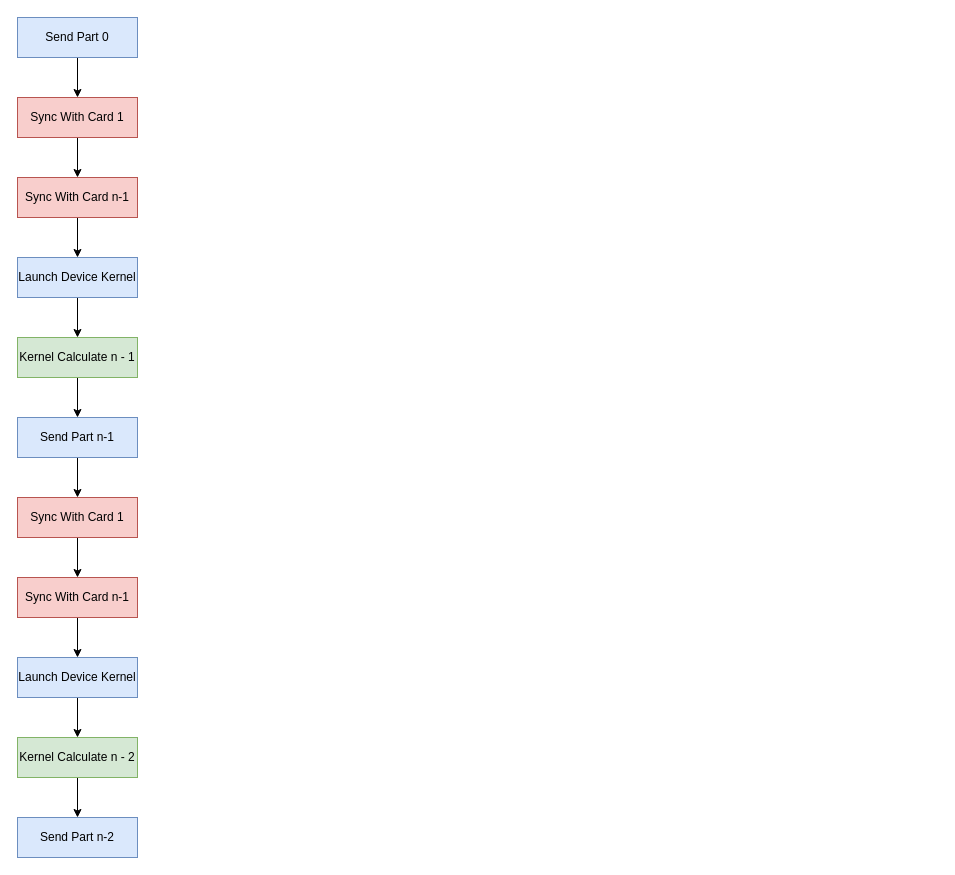
BEYHHH/SBLP keeps this draw.io diagram as TCCL/TCCL_WORK_FLOW/RingAllreduceWorkFlow.drawio. Above is the earlier version. Source tidied: cells renumbered, new cells numbered last; positions are measured from the earlier drawing's top-left corner, leaving out a move shared by most shapes. Both pictures are drawn from the tidied source at 100%, with x=0, y=0 at pixel (17, 17).
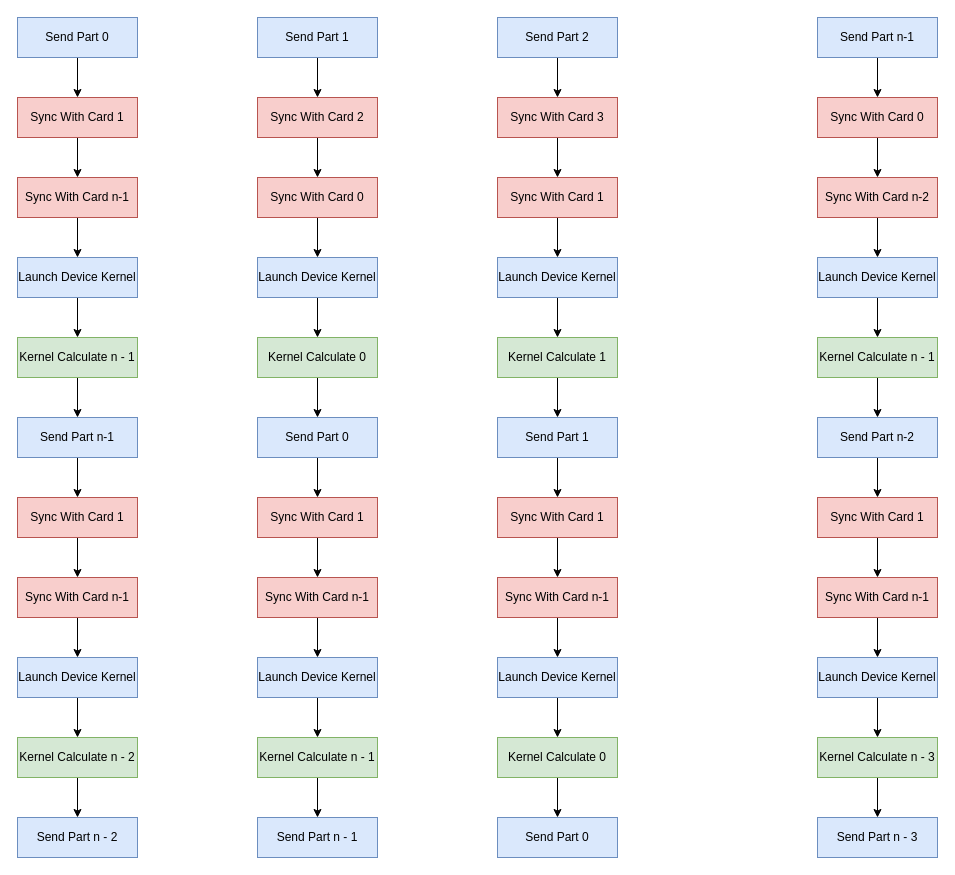
After the change.

Change to the diagram source:
```diff
@@
-    <mxCell id="20" value="Send Part n-2" style="rounded=0;whiteSpace=wrap;html=1;fillColor=#dae8fc;strokeColor=#6c8ebf;" parent="1" vertex="1">
+    <mxCell id="20" value="Send Part n - 2" style="rounded=0;whiteSpace=wrap;html=1;fillColor=#dae8fc;strokeColor=#6c8ebf;" parent="1" vertex="1">
       <mxGeometry y="800" width="120" height="40" as="geometry" />
     </mxCell>
@@
+    <mxCell id="23" style="edgeStyle=orthogonalEdgeStyle;rounded=0;jettySize=auto;html=1;" parent="1" edge="1" source="24" target="26">
+      <mxGeometry relative="1" as="geometry" />
+    </mxCell>
+    <mxCell id="24" value="Sync With Card 2" style="rounded=0;whiteSpace=wrap;html=1;fillColor=#f8cecc;strokeColor=#b85450;" parent="1" vertex="1">
+      <mxGeometry x="240" y="80" width="120" height="40" as="geometry" />
+    </mxCell>
+    <mxCell id="25" style="edgeStyle=orthogonalEdgeStyle;rounded=0;jettySize=auto;html=1;" parent="1" edge="1" source="26" target="28">
+      <mxGeometry relative="1" as="geometry" />
+    </mxCell>
+    <mxCell id="26" value="Sync With Card 0" style="rounded=0;whiteSpace=wrap;html=1;fillColor=#f8cecc;strokeColor=#b85450;" parent="1" vertex="1">
+      <mxGeometry x="240" y="160" width="120" height="40" as="geometry" />
+    </mxCell>
+    <mxCell id="27" style="edgeStyle=orthogonalEdgeStyle;rounded=0;jettySize=auto;html=1;" parent="1" edge="1" source="28" target="34">
+      <mxGeometry relative="1" as="geometry" />
+    </mxCell>
+    <mxCell id="28" value="Launch Device Kernel" style="rounded=0;whiteSpace=wrap;html=1;fillColor=#dae8fc;strokeColor=#6c8ebf;" parent="1" vertex="1">
+      <mxGeometry x="240" y="240" width="120" height="40" as="geometry" />
+    </mxCell>
+    <mxCell id="29" style="edgeStyle=orthogonalEdgeStyle;rounded=0;jettySize=auto;html=1;" parent="1" edge="1" source="30" target="36">
+      <mxGeometry relative="1" as="geometry" />
+    </mxCell>
+    <mxCell id="30" value="Send Part 0" style="rounded=0;whiteSpace=wrap;html=1;fillColor=#dae8fc;strokeColor=#6c8ebf;" parent="1" vertex="1">
+      <mxGeometry x="240" y="400" width="120" height="40" as="geometry" />
+    </mxCell>
+    <mxCell id="31" style="edgeStyle=orthogonalEdgeStyle;rounded=0;jettySize=auto;html=1;" parent="1" edge="1" source="32" target="24">
+      <mxGeometry relative="1" as="geometry" />
+    </mxCell>
+    <mxCell id="32" value="Send Part 1" style="rounded=0;whiteSpace=wrap;html=1;fillColor=#dae8fc;strokeColor=#6c8ebf;" parent="1" vertex="1">
+      <mxGeometry x="240" width="120" height="40" as="geometry" />
+    </mxCell>
+    <mxCell id="33" style="edgeStyle=orthogonalEdgeStyle;rounded=0;jettySize=auto;html=1;" parent="1" edge="1" source="34" target="30">
+      <mxGeometry relative="1" as="geometry" />
+    </mxCell>
+    <mxCell id="34" value="Kernel Calculate 0" style="rounded=0;whiteSpace=wrap;html=1;fillColor=#d5e8d4;strokeColor=#82b366;" parent="1" vertex="1">
+      <mxGeometry x="240" y="320" width="120" height="40" as="geometry" />
+    </mxCell>
+    <mxCell id="35" style="edgeStyle=orthogonalEdgeStyle;rounded=0;jettySize=auto;html=1;" parent="1" edge="1" source="36" target="38">
+      <mxGeometry relative="1" as="geometry" />
+    </mxCell>
+    <mxCell id="36" value="Sync With Card 1" style="rounded=0;whiteSpace=wrap;html=1;fillColor=#f8cecc;strokeColor=#b85450;" parent="1" vertex="1">
+      <mxGeometry x="240" y="480" width="120" height="40" as="geometry" />
+    </mxCell>
+    <mxCell id="37" style="edgeStyle=orthogonalEdgeStyle;rounded=0;jettySize=auto;html=1;" parent="1" edge="1" source="38" target="40">
+      <mxGeometry relative="1" as="geometry" />
+    </mxCell>
+    <mxCell id="38" value="Sync With Card n-1" style="rounded=0;whiteSpace=wrap;html=1;fillColor=#f8cecc;strokeColor=#b85450;" parent="1" vertex="1">
+      <mxGeometry x="240" y="560" width="120" height="40" as="geometry" />
+    </mxCell>
+    <mxCell id="39" style="edgeStyle=orthogonalEdgeStyle;rounded=0;jettySize=auto;html=1;" parent="1" edge="1" source="40" target="43">
+      <mxGeometry relative="1" as="geometry" />
+    </mxCell>
+    <mxCell id="40" value="Launch Device Kernel" style="rounded=0;whiteSpace=wrap;html=1;fillColor=#dae8fc;strokeColor=#6c8ebf;" parent="1" vertex="1">
+      <mxGeometry x="240" y="640" width="120" height="40" as="geometry" />
+    </mxCell>
+    <mxCell id="41" value="Send Part n - 1" style="rounded=0;whiteSpace=wrap;html=1;fillColor=#dae8fc;strokeColor=#6c8ebf;" parent="1" vertex="1">
+      <mxGeometry x="240" y="800" width="120" height="40" as="geometry" />
+    </mxCell>
+    <mxCell id="42" style="edgeStyle=orthogonalEdgeStyle;rounded=0;jettySize=auto;html=1;" parent="1" edge="1" source="43" target="41">
+      <mxGeometry relative="1" as="geometry" />
+    </mxCell>
+    <mxCell id="43" value="Kernel Calculate n - 1" style="rounded=0;whiteSpace=wrap;html=1;fillColor=#d5e8d4;strokeColor=#82b366;" parent="1" vertex="1">
+      <mxGeometry x="240" y="720" width="120" height="40" as="geometry" />
+    </mxCell>
+    <mxCell id="44" style="edgeStyle=orthogonalEdgeStyle;rounded=0;jettySize=auto;html=1;" parent="1" edge="1" source="45" target="47">
+      <mxGeometry relative="1" as="geometry" />
+    </mxCell>
+    <mxCell id="45" value="Sync With Card 3" style="rounded=0;whiteSpace=wrap;html=1;fillColor=#f8cecc;strokeColor=#b85450;" parent="1" vertex="1">
+      <mxGeometry x="480" y="80" width="120" height="40" as="geometry" />
+    </mxCell>
+    <mxCell id="46" style="edgeStyle=orthogonalEdgeStyle;rounded=0;jettySize=auto;html=1;" parent="1" edge="1" source="47" target="49">
+      <mxGeometry relative="1" as="geometry" />
+    </mxCell>
+    <mxCell id="47" value="Sync With Card 1" style="rounded=0;whiteSpace=wrap;html=1;fillColor=#f8cecc;strokeColor=#b85450;" parent="1" vertex="1">
+      <mxGeometry x="480" y="160" width="120" height="40" as="geometry" />
+    </mxCell>
+    <mxCell id="48" style="edgeStyle=orthogonalEdgeStyle;rounded=0;jettySize=auto;html=1;" parent="1" edge="1" source="49" target="55">
+      <mxGeometry relative="1" as="geometry" />
+    </mxCell>
+    <mxCell id="49" value="Launch Device Kernel" style="rounded=0;whiteSpace=wrap;html=1;fillColor=#dae8fc;strokeColor=#6c8ebf;" parent="1" vertex="1">
+      <mxGeometry x="480" y="240" width="120" height="40" as="geometry" />
+    </mxCell>
+    <mxCell id="50" style="edgeStyle=orthogonalEdgeStyle;rounded=0;jettySize=auto;html=1;" parent="1" edge="1" source="51" target="57">
+      <mxGeometry relative="1" as="geometry" />
+    </mxCell>
+    <mxCell id="51" value="Send Part 1" style="rounded=0;whiteSpace=wrap;html=1;fillColor=#dae8fc;strokeColor=#6c8ebf;" parent="1" vertex="1">
+      <mxGeometry x="480" y="400" width="120" height="40" as="geometry" />
+    </mxCell>
+    <mxCell id="52" style="edgeStyle=orthogonalEdgeStyle;rounded=0;jettySize=auto;html=1;" parent="1" edge="1" source="53" target="45">
+      <mxGeometry relative="1" as="geometry" />
+    </mxCell>
+    <mxCell id="53" value="Send Part 2" style="rounded=0;whiteSpace=wrap;html=1;fillColor=#dae8fc;strokeColor=#6c8ebf;" parent="1" vertex="1">
+      <mxGeometry x="480" width="120" height="40" as="geometry" />
+    </mxCell>
+    <mxCell id="54" style="edgeStyle=orthogonalEdgeStyle;rounded=0;jettySize=auto;html=1;" parent="1" edge="1" source="55" target="51">
+      <mxGeometry relative="1" as="geometry" />
+    </mxCell>
+    <mxCell id="55" value="Kernel Calculate 1" style="rounded=0;whiteSpace=wrap;html=1;fillColor=#d5e8d4;strokeColor=#82b366;" parent="1" vertex="1">
+      <mxGeometry x="480" y="320" width="120" height="40" as="geometry" />
+    </mxCell>
+    <mxCell id="56" style="edgeStyle=orthogonalEdgeStyle;rounded=0;jettySize=auto;html=1;" parent="1" edge="1" source="57" target="59">
+      <mxGeometry relative="1" as="geometry" />
+    </mxCell>
+    <mxCell id="57" value="Sync With Card 1" style="rounded=0;whiteSpace=wrap;html=1;fillColor=#f8cecc;strokeColor=#b85450;" parent="1" vertex="1">
+      <mxGeometry x="480" y="480" width="120" height="40" as="geometry" />
+    </mxCell>
+    <mxCell id="58" style="edgeStyle=orthogonalEdgeStyle;rounded=0;jettySize=auto;html=1;" parent="1" edge="1" source="59" target="61">
+      <mxGeometry relative="1" as="geometry" />
+    </mxCell>
+    <mxCell id="59" value="Sync With Card n-1" style="rounded=0;whiteSpace=wrap;html=1;fillColor=#f8cecc;strokeColor=#b85450;" parent="1" vertex="1">
+      <mxGeometry x="480" y="560" width="120" height="40" as="geometry" />
+    </mxCell>
+    <mxCell id="60" style="edgeStyle=orthogonalEdgeStyle;rounded=0;jettySize=auto;html=1;" parent="1" edge="1" source="61" target="64">
+      <mxGeometry relative="1" as="geometry" />
+    </mxCell>
+    <mxCell id="61" value="Launch Device Kernel" style="rounded=0;whiteSpace=wrap;html=1;fillColor=#dae8fc;strokeColor=#6c8ebf;" parent="1" vertex="1">
+      <mxGeometry x="480" y="640" width="120" height="40" as="geometry" />
+    </mxCell>
+    <mxCell id="62" value="Send Part 0" style="rounded=0;whiteSpace=wrap;html=1;fillColor=#dae8fc;strokeColor=#6c8ebf;" parent="1" vertex="1">
+      <mxGeometry x="480" y="800" width="120" height="40" as="geometry" />
+    </mxCell>
+    <mxCell id="63" style="edgeStyle=orthogonalEdgeStyle;rounded=0;jettySize=auto;html=1;" parent="1" edge="1" source="64" target="62">
+      <mxGeometry relative="1" as="geometry" />
+    </mxCell>
+    <mxCell id="64" value="Kernel Calculate 0" style="rounded=0;whiteSpace=wrap;html=1;fillColor=#d5e8d4;strokeColor=#82b366;" parent="1" vertex="1">
+      <mxGeometry x="480" y="720" width="120" height="40" as="geometry" />
+    </mxCell>
+    <mxCell id="65" style="edgeStyle=orthogonalEdgeStyle;rounded=0;jettySize=auto;html=1;" parent="1" edge="1" source="66" target="68">
+      <mxGeometry relative="1" as="geometry" />
+    </mxCell>
+    <mxCell id="66" value="Sync With Card 0" style="rounded=0;whiteSpace=wrap;html=1;fillColor=#f8cecc;strokeColor=#b85450;" parent="1" vertex="1">
+      <mxGeometry x="800" y="80" width="120" height="40" as="geometry" />
+    </mxCell>
+    <mxCell id="67" style="edgeStyle=orthogonalEdgeStyle;rounded=0;jettySize=auto;html=1;" parent="1" edge="1" source="68" target="70">
+      <mxGeometry relative="1" as="geometry" />
+    </mxCell>
+    <mxCell id="68" value="Sync With Card n-2" style="rounded=0;whiteSpace=wrap;html=1;fillColor=#f8cecc;strokeColor=#b85450;" parent="1" vertex="1">
+      <mxGeometry x="800" y="160" width="120" height="40" as="geometry" />
+    </mxCell>
+    <mxCell id="69" style="edgeStyle=orthogonalEdgeStyle;rounded=0;jettySize=auto;html=1;" parent="1" edge="1" source="70" target="76">
+      <mxGeometry relative="1" as="geometry" />
+    </mxCell>
+    <mxCell id="70" value="Launch Device Kernel" style="rounded=0;whiteSpace=wrap;html=1;fillColor=#dae8fc;strokeColor=#6c8ebf;" parent="1" vertex="1">
+      <mxGeometry x="800" y="240" width="120" height="40" as="geometry" />
+    </mxCell>
+    <mxCell id="71" style="edgeStyle=orthogonalEdgeStyle;rounded=0;jettySize=auto;html=1;" parent="1" edge="1" source="72" target="78">
+      <mxGeometry relative="1" as="geometry" />
+    </mxCell>
+    <mxCell id="72" value="Send Part n-2" style="rounded=0;whiteSpace=wrap;html=1;fillColor=#dae8fc;strokeColor=#6c8ebf;" parent="1" vertex="1">
+      <mxGeometry x="800" y="400" width="120" height="40" as="geometry" />
+    </mxCell>
+    <mxCell id="73" style="edgeStyle=orthogonalEdgeStyle;rounded=0;jettySize=auto;html=1;" parent="1" edge="1" source="74" target="66">
+      <mxGeometry relative="1" as="geometry" />
+    </mxCell>
+    <mxCell id="74" value="Send Part n-1" style="rounded=0;whiteSpace=wrap;html=1;fillColor=#dae8fc;strokeColor=#6c8ebf;" parent="1" vertex="1">
+      <mxGeometry x="800" width="120" height="40" as="geometry" />
+    </mxCell>
+    <mxCell id="75" style="edgeStyle=orthogonalEdgeStyle;rounded=0;jettySize=auto;html=1;" parent="1" edge="1" source="76" target="72">
+      <mxGeometry relative="1" as="geometry" />
+    </mxCell>
+    <mxCell id="76" value="Kernel Calculate n - 1" style="rounded=0;whiteSpace=wrap;html=1;fillColor=#d5e8d4;strokeColor=#82b366;" parent="1" vertex="1">
+      <mxGeometry x="800" y="320" width="120" height="40" as="geometry" />
+    </mxCell>
+    <mxCell id="77" style="edgeStyle=orthogonalEdgeStyle;rounded=0;jettySize=auto;html=1;" parent="1" edge="1" source="78" target="80">
+      <mxGeometry relative="1" as="geometry" />
+    </mxCell>
+    <mxCell id="78" value="Sync With Card 1" style="rounded=0;whiteSpace=wrap;html=1;fillColor=#f8cecc;strokeColor=#b85450;" parent="1" vertex="1">
+      <mxGeometry x="800" y="480" width="120" height="40" as="geometry" />
+    </mxCell>
+    <mxCell id="79" style="edgeStyle=orthogonalEdgeStyle;rounded=0;jettySize=auto;html=1;" parent="1" edge="1" source="80" target="82">
+      <mxGeometry relative="1" as="geometry" />
+    </mxCell>
+    <mxCell id="80" value="Sync With Card n-1" style="rounded=0;whiteSpace=wrap;html=1;fillColor=#f8cecc;strokeColor=#b85450;" parent="1" vertex="1">
+      <mxGeometry x="800" y="560" width="120" height="40" as="geometry" />
+    </mxCell>
+    <mxCell id="81" style="edgeStyle=orthogonalEdgeStyle;rounded=0;jettySize=auto;html=1;" parent="1" edge="1" source="82" target="85">
+      <mxGeometry relative="1" as="geometry" />
+    </mxCell>
+    <mxCell id="82" value="Launch Device Kernel" style="rounded=0;whiteSpace=wrap;html=1;fillColor=#dae8fc;strokeColor=#6c8ebf;" parent="1" vertex="1">
+      <mxGeometry x="800" y="640" width="120" height="40" as="geometry" />
+    </mxCell>
+    <mxCell id="83" value="Send Part n - 3" style="rounded=0;whiteSpace=wrap;html=1;fillColor=#dae8fc;strokeColor=#6c8ebf;" parent="1" vertex="1">
+      <mxGeometry x="800" y="800" width="120" height="40" as="geometry" />
+    </mxCell>
+    <mxCell id="84" style="edgeStyle=orthogonalEdgeStyle;rounded=0;jettySize=auto;html=1;" parent="1" edge="1" source="85" target="83">
+      <mxGeometry relative="1" as="geometry" />
+    </mxCell>
+    <mxCell id="85" value="Kernel Calculate n - 3" style="rounded=0;whiteSpace=wrap;html=1;fillColor=#d5e8d4;strokeColor=#82b366;" parent="1" vertex="1">
+      <mxGeometry x="800" y="720" width="120" height="40" as="geometry" />
+    </mxCell>
```
